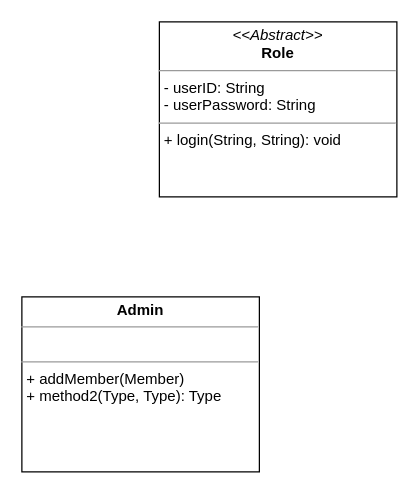
This is Untitled Diagram.drawio from megaunknown/UML, a draw.io file, before an edit. Source tidied: cells renumbered, new cells numbered last; positions are measured from the earlier drawing's top-left corner, leaving out a move shared by most shapes. Both pictures are drawn from the tidied source at 125%, with x=0, y=0 at pixel (21, 21).
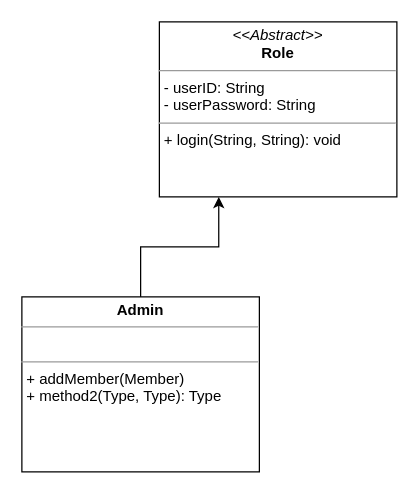
Above is the later version.

Diff of the diagram source:
```diff
@@
 <mxGraphModel>
   <root>
     <mxCell id="0" />
     <mxCell id="1" parent="0" />
     <mxCell id="2" value="&lt;p style=&quot;margin: 0px ; margin-top: 4px ; text-align: center&quot;&gt;&lt;i&gt;&amp;lt;&amp;lt;Abstract&amp;gt;&amp;gt;&lt;/i&gt;&lt;br&gt;&lt;b&gt;Role&lt;/b&gt;&lt;/p&gt;&lt;hr size=&quot;1&quot;&gt;&lt;p style=&quot;margin: 0px ; margin-left: 4px&quot;&gt;- userID: String&lt;br&gt;- userPassword: String&lt;/p&gt;&lt;hr size=&quot;1&quot;&gt;&lt;p style=&quot;margin: 0px ; margin-left: 4px&quot;&gt;+ login(String, String): void&lt;br&gt;&lt;/p&gt;" style="verticalAlign=top;align=left;overflow=fill;fontSize=12;fontFamily=Helvetica;html=1;rounded=0;shadow=0;comic=0;labelBackgroundColor=none;strokeWidth=1;" parent="1" vertex="1">
       <mxGeometry x="110" width="190" height="140" as="geometry" />
     </mxCell>
+    <mxCell id="4" style="edgeStyle=orthogonalEdgeStyle;rounded=0;jettySize=auto;html=1;exitX=0.5;exitY=0;exitDx=0;exitDy=0;entryX=0.25;entryY=1;entryDx=0;entryDy=0;" parent="1" edge="1" source="3" target="2">
+      <mxGeometry relative="1" as="geometry" />
+    </mxCell>
     <mxCell id="3" value="&lt;p style=&quot;margin: 0px ; margin-top: 4px ; text-align: center&quot;&gt;&lt;b&gt;Admin&lt;/b&gt;&lt;/p&gt;&lt;hr size=&quot;1&quot;&gt;&lt;p style=&quot;margin: 0px ; margin-left: 4px&quot;&gt;&lt;br&gt;&lt;/p&gt;&lt;hr size=&quot;1&quot;&gt;&lt;p style=&quot;margin: 0px ; margin-left: 4px&quot;&gt;+ addMember(Member)&lt;br&gt;+ method2(Type, Type): Type&lt;/p&gt;" style="verticalAlign=top;align=left;overflow=fill;fontSize=12;fontFamily=Helvetica;html=1;rounded=0;shadow=0;comic=0;labelBackgroundColor=none;strokeWidth=1;" parent="1" vertex="1">
       <mxGeometry y="220" width="190" height="140" as="geometry" />
     </mxCell>
   </root>
 </mxGraphModel>
```
